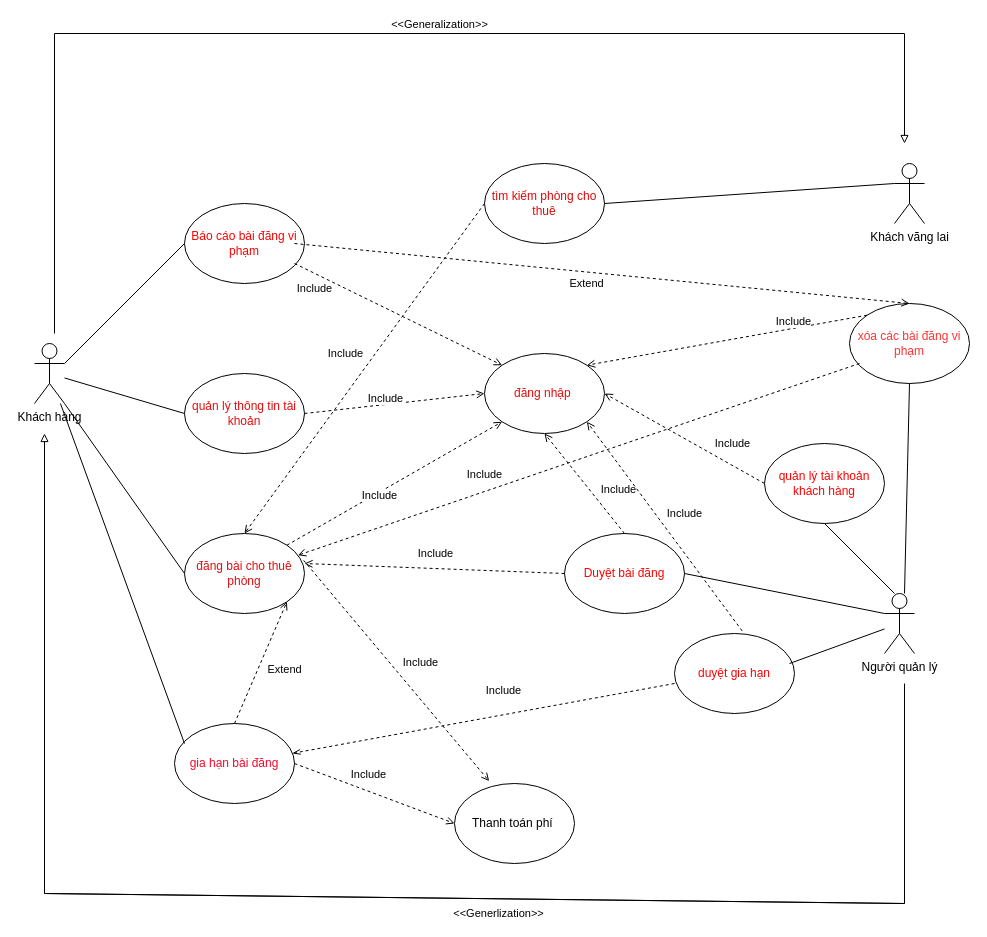
Above: page "Page-1" (1 of 7) of usecase.drawio in Uechi123/PTTKHTTT (draw.io), before the change. Source tidied: cells renumbered, new cells numbered last; positions are measured from the earlier drawing's top-left corner, leaving out a move shared by most shapes. Both pictures are drawn from the tidied source at 100%, with x=0, y=0 at pixel (34, 33).
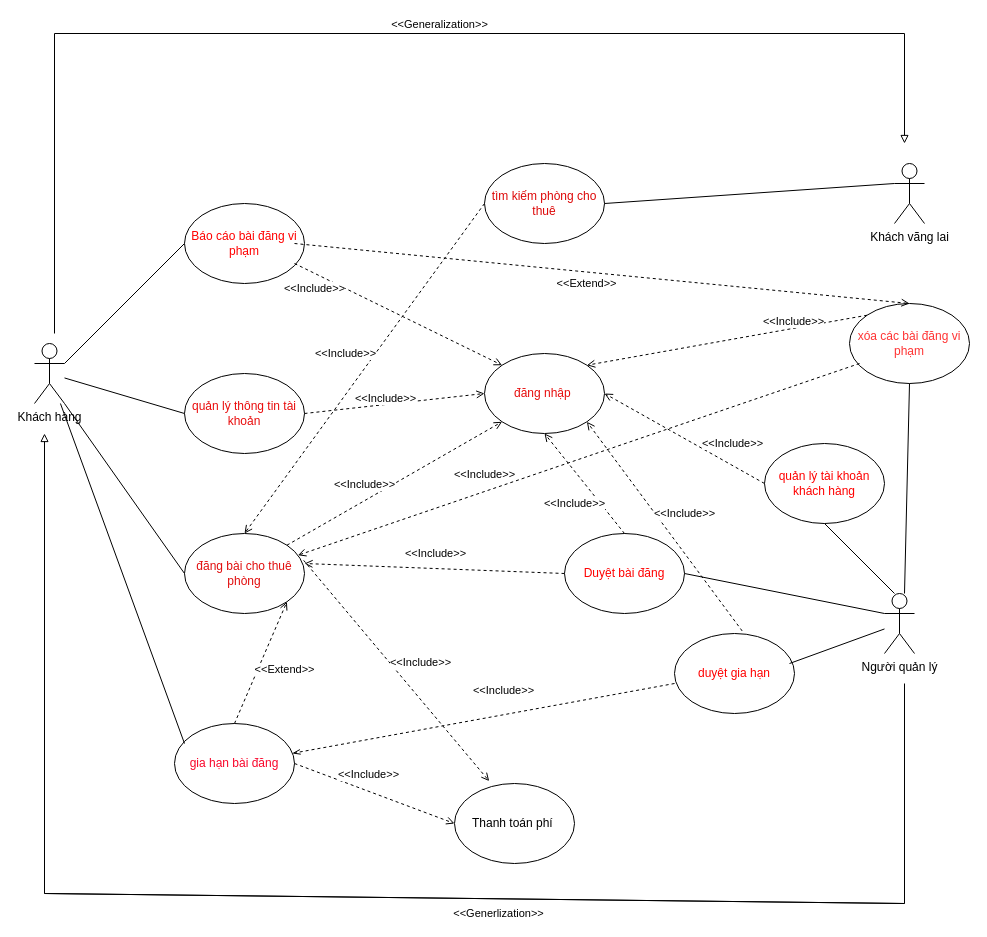
After the change.

The change refers to these unchanged cells:
```xml
<mxCell id="18" style="endArrow=open;html=1;rounded=0;entryX=0.289;entryY=-0.03;entryDx=0;entryDy=0;dashed=1;endFill=0;exitX=0.993;exitY=0.336;exitDx=0;exitDy=0;exitPerimeter=0;entryPerimeter=0;" parent="1" edge="1" source="7" target="11">
  <mxGeometry relative="1" as="geometry" />
</mxCell>
<mxCell id="20" style="endArrow=open;dashed=1;html=1;rounded=0;entryX=1;entryY=0.375;entryDx=0;entryDy=0;endFill=0;exitX=0;exitY=0.5;exitDx=0;exitDy=0;entryPerimeter=0;" parent="1" edge="1" source="9" target="7">
  <mxGeometry relative="1" as="geometry" />
</mxCell>
<mxCell id="26" style="endArrow=open;html=1;rounded=0;entryX=1;entryY=1;entryDx=0;entryDy=0;dashed=1;startArrow=none;startFill=0;endFill=0;exitX=0.5;exitY=0;exitDx=0;exitDy=0;" parent="1" edge="1" source="25" target="7">
  <mxGeometry relative="1" as="geometry" />
</mxCell>
<mxCell id="28" style="endArrow=open;dashed=1;html=1;rounded=0;entryX=0;entryY=0.5;entryDx=0;entryDy=0;endFill=0;exitX=1;exitY=0.5;exitDx=0;exitDy=0;" parent="1" edge="1" source="25" target="11">
  <mxGeometry relative="1" as="geometry" />
</mxCell>
<mxCell id="31" style="endArrow=openThin;dashed=1;html=1;rounded=0;entryX=0.982;entryY=0.373;entryDx=0;entryDy=0;endFill=0;exitX=0;exitY=0.5;exitDx=0;exitDy=0;entryPerimeter=0;" parent="1" edge="1" target="25">
  <mxGeometry relative="1" as="geometry">
    <mxPoint x="640" y="650" as="sourcePoint" />
  </mxGeometry>
</mxCell>
<mxCell id="33" style="endArrow=open;html=1;rounded=0;entryX=0.5;entryY=0;entryDx=0;entryDy=0;dashed=1;startArrow=none;startFill=0;endFill=0;exitX=1;exitY=0.5;exitDx=0;exitDy=0;" parent="1" edge="1" target="12">
  <mxGeometry relative="1" as="geometry">
    <mxPoint x="260" y="210" as="sourcePoint" />
  </mxGeometry>
</mxCell>
<mxCell id="36" style="endArrow=open;dashed=1;html=1;rounded=0;entryX=0;entryY=0;entryDx=0;entryDy=0;endFill=0;exitX=1;exitY=0.5;exitDx=0;exitDy=0;" parent="1" edge="1" target="5">
  <mxGeometry relative="1" as="geometry">
    <mxPoint x="260" y="230" as="sourcePoint" />
  </mxGeometry>
</mxCell>
<mxCell id="38" style="endArrow=open;dashed=1;html=1;rounded=0;entryX=0;entryY=0.5;entryDx=0;entryDy=0;endFill=0;exitX=1;exitY=0.5;exitDx=0;exitDy=0;" parent="1" edge="1" target="5">
  <mxGeometry relative="1" as="geometry">
    <mxPoint x="270" y="380" as="sourcePoint" />
  </mxGeometry>
</mxCell>
<mxCell id="40" style="endArrow=open;dashed=1;html=1;rounded=0;entryX=0;entryY=1;entryDx=0;entryDy=0;endFill=0;exitX=1;exitY=0;exitDx=0;exitDy=0;" parent="1" edge="1" source="7" target="5">
  <mxGeometry relative="1" as="geometry" />
</mxCell>
<mxCell id="42" style="endArrow=open;dashed=1;html=1;rounded=0;entryX=1;entryY=0.5;entryDx=0;entryDy=0;endFill=0;exitX=0;exitY=0.5;exitDx=0;exitDy=0;" parent="1" edge="1" source="13" target="5">
  <mxGeometry relative="1" as="geometry" />
</mxCell>
<mxCell id="44" style="endArrow=open;dashed=1;html=1;rounded=0;entryX=0.5;entryY=1;entryDx=0;entryDy=0;endFill=0;exitX=0.5;exitY=0;exitDx=0;exitDy=0;" parent="1" edge="1" source="9" target="5">
  <mxGeometry relative="1" as="geometry" />
</mxCell>
<mxCell id="46" style="endArrow=open;dashed=1;html=1;rounded=0;entryX=1;entryY=1;entryDx=0;entryDy=0;endFill=0;exitX=0.564;exitY=-0.032;exitDx=0;exitDy=0;exitPerimeter=0;" parent="1" edge="1" source="14" target="5">
  <mxGeometry relative="1" as="geometry" />
</mxCell>
<mxCell id="48" style="endArrow=open;dashed=1;html=1;rounded=0;entryX=1;entryY=0;entryDx=0;entryDy=0;endFill=0;exitX=0;exitY=0;exitDx=0;exitDy=0;" parent="1" edge="1" source="12" target="5">
  <mxGeometry relative="1" as="geometry" />
</mxCell>
<mxCell id="50" style="endArrow=open;html=1;rounded=0;entryX=0.5;entryY=0;entryDx=0;entryDy=0;dashed=1;endFill=0;exitX=0.993;exitY=0.336;exitDx=0;exitDy=0;exitPerimeter=0;" parent="1" edge="1" target="7">
  <mxGeometry relative="1" as="geometry">
    <mxPoint x="450" y="170" as="sourcePoint" />
  </mxGeometry>
</mxCell>
<mxCell id="52" style="endArrow=open;dashed=1;html=1;rounded=0;endFill=0;exitX=0;exitY=0.5;exitDx=0;exitDy=0;" parent="1" edge="1" target="7">
  <mxGeometry relative="1" as="geometry">
    <mxPoint x="825" y="330" as="sourcePoint" />
  </mxGeometry>
</mxCell>
```

The edit, as a diff of the source:
```diff
@@
-    <mxCell id="19" value="Include" style="edgeLabel;html=1;align=center;verticalAlign=middle;" parent="18" vertex="1">
+    <mxCell id="19" value="&amp;lt;&amp;lt;Include&amp;gt;&amp;gt;" style="edgeLabel;html=1;align=center;verticalAlign=middle;" parent="18" vertex="1">
       <mxGeometry x="0.05" y="2" relative="1" as="geometry">
         <mxPoint x="18" y="-13" as="offset" />
       </mxGeometry>
     </mxCell>
@@
-    <mxCell id="21" value="Include" style="edgeLabel;html=1;align=center;verticalAlign=middle;" parent="20" vertex="1">
+    <mxCell id="21" value="&amp;lt;&amp;lt;Include&amp;gt;&amp;gt;" style="edgeLabel;html=1;align=center;verticalAlign=middle;" parent="20" vertex="1">
       <mxGeometry x="-0.33" y="-1" relative="1" as="geometry">
         <mxPoint x="-43" y="-16" as="offset" />
       </mxGeometry>
     </mxCell>
@@
-    <mxCell id="27" value="Extend" style="edgeLabel;html=1;align=center;verticalAlign=middle;" parent="26" vertex="1">
+    <mxCell id="27" value="&amp;lt;&amp;lt;Extend&amp;gt;&amp;gt;" style="edgeLabel;html=1;align=center;verticalAlign=middle;" parent="26" vertex="1">
       <mxGeometry x="-0.04" y="-11" relative="1" as="geometry">
         <mxPoint x="14" as="offset" />
       </mxGeometry>
     </mxCell>
@@
-    <mxCell id="29" value="Include" style="edgeLabel;html=1;align=center;verticalAlign=middle;" parent="28" vertex="1">
+    <mxCell id="29" value="&amp;lt;&amp;lt;Include&amp;gt;&amp;gt;" style="edgeLabel;html=1;align=center;verticalAlign=middle;" parent="28" vertex="1">
       <mxGeometry x="-0.33" y="-1" relative="1" as="geometry">
         <mxPoint x="20" y="-10" as="offset" />
       </mxGeometry>
     </mxCell>
@@
-    <mxCell id="32" value="Include" style="edgeLabel;html=1;align=center;verticalAlign=middle;" parent="31" vertex="1">
+    <mxCell id="32" value="&amp;lt;&amp;lt;Include&amp;gt;&amp;gt;" style="edgeLabel;html=1;align=center;verticalAlign=middle;" parent="31" vertex="1">
       <mxGeometry x="-0.33" y="-1" relative="1" as="geometry">
         <mxPoint x="-43" y="-16" as="offset" />
       </mxGeometry>
     </mxCell>
@@
-    <mxCell id="34" value="Extend" style="edgeLabel;html=1;align=center;verticalAlign=middle;" parent="33" vertex="1">
+    <mxCell id="34" value="&amp;lt;&amp;lt;Extend&amp;gt;&amp;gt;" style="edgeLabel;html=1;align=center;verticalAlign=middle;" parent="33" vertex="1">
       <mxGeometry x="-0.04" y="-11" relative="1" as="geometry">
         <mxPoint x="-3" as="offset" />
       </mxGeometry>
     </mxCell>
@@
-    <mxCell id="37" value="Include" style="edgeLabel;html=1;align=center;verticalAlign=middle;" parent="36" vertex="1">
+    <mxCell id="37" value="&amp;lt;&amp;lt;Include&amp;gt;&amp;gt;" style="edgeLabel;html=1;align=center;verticalAlign=middle;" parent="36" vertex="1">
       <mxGeometry x="-0.33" y="-1" relative="1" as="geometry">
         <mxPoint x="-49" y="-10" as="offset" />
       </mxGeometry>
     </mxCell>
@@
-    <mxCell id="39" value="Include" style="edgeLabel;html=1;align=center;verticalAlign=middle;" parent="38" vertex="1">
+    <mxCell id="39" value="&amp;lt;&amp;lt;Include&amp;gt;&amp;gt;" style="edgeLabel;html=1;align=center;verticalAlign=middle;" parent="38" vertex="1">
       <mxGeometry x="-0.33" y="-1" relative="1" as="geometry">
         <mxPoint x="20" y="-10" as="offset" />
       </mxGeometry>
     </mxCell>
@@
-    <mxCell id="41" value="Include" style="edgeLabel;html=1;align=center;verticalAlign=middle;" parent="40" vertex="1">
+    <mxCell id="41" value="&amp;lt;&amp;lt;Include&amp;gt;&amp;gt;" style="edgeLabel;html=1;align=center;verticalAlign=middle;" parent="40" vertex="1">
       <mxGeometry x="-0.33" y="-1" relative="1" as="geometry">
-        <mxPoint x="20" y="-10" as="offset" />
+        <mxPoint x="5" y="-21" as="offset" />
       </mxGeometry>
     </mxCell>
@@
-    <mxCell id="43" value="Include" style="edgeLabel;html=1;align=center;verticalAlign=middle;" parent="42" vertex="1">
+    <mxCell id="43" value="&amp;lt;&amp;lt;Include&amp;gt;&amp;gt;" style="edgeLabel;html=1;align=center;verticalAlign=middle;" parent="42" vertex="1">
       <mxGeometry x="-0.33" y="-1" relative="1" as="geometry">
         <mxPoint x="20" y="-10" as="offset" />
       </mxGeometry>
     </mxCell>
@@
-    <mxCell id="45" value="Include" style="edgeLabel;html=1;align=center;verticalAlign=middle;" parent="44" vertex="1">
+    <mxCell id="45" value="&amp;lt;&amp;lt;Include&amp;gt;&amp;gt;" style="edgeLabel;html=1;align=center;verticalAlign=middle;" parent="44" vertex="1">
       <mxGeometry x="-0.33" y="-1" relative="1" as="geometry">
-        <mxPoint x="20" y="-10" as="offset" />
+        <mxPoint x="-24" y="4" as="offset" />
       </mxGeometry>
     </mxCell>
@@
-    <mxCell id="47" value="Include" style="edgeLabel;html=1;align=center;verticalAlign=middle;" parent="46" vertex="1">
+    <mxCell id="47" value="&amp;lt;&amp;lt;Include&amp;gt;&amp;gt;" style="edgeLabel;html=1;align=center;verticalAlign=middle;" parent="46" vertex="1">
       <mxGeometry x="-0.33" y="-1" relative="1" as="geometry">
         <mxPoint x="-7" y="-47" as="offset" />
       </mxGeometry>
     </mxCell>
@@
-    <mxCell id="49" value="Include" style="edgeLabel;html=1;align=center;verticalAlign=middle;" parent="48" vertex="1">
+    <mxCell id="49" value="&amp;lt;&amp;lt;Include&amp;gt;&amp;gt;" style="edgeLabel;html=1;align=center;verticalAlign=middle;" parent="48" vertex="1">
       <mxGeometry x="-0.33" y="-1" relative="1" as="geometry">
         <mxPoint x="20" y="-10" as="offset" />
       </mxGeometry>
     </mxCell>
@@
-    <mxCell id="51" value="Include" style="edgeLabel;html=1;align=center;verticalAlign=middle;" parent="50" vertex="1">
+    <mxCell id="51" value="&amp;lt;&amp;lt;Include&amp;gt;&amp;gt;" style="edgeLabel;html=1;align=center;verticalAlign=middle;" parent="50" vertex="1">
       <mxGeometry x="0.05" y="2" relative="1" as="geometry">
         <mxPoint x="-15" y="-25" as="offset" />
       </mxGeometry>
     </mxCell>
@@
-    <mxCell id="53" value="Include" style="edgeLabel;html=1;align=center;verticalAlign=middle;" parent="52" vertex="1">
+    <mxCell id="53" value="&amp;lt;&amp;lt;Include&amp;gt;&amp;gt;" style="edgeLabel;html=1;align=center;verticalAlign=middle;" parent="52" vertex="1">
       <mxGeometry x="-0.33" y="-1" relative="1" as="geometry">
         <mxPoint x="-187" y="47" as="offset" />
       </mxGeometry>
     </mxCell>
```
